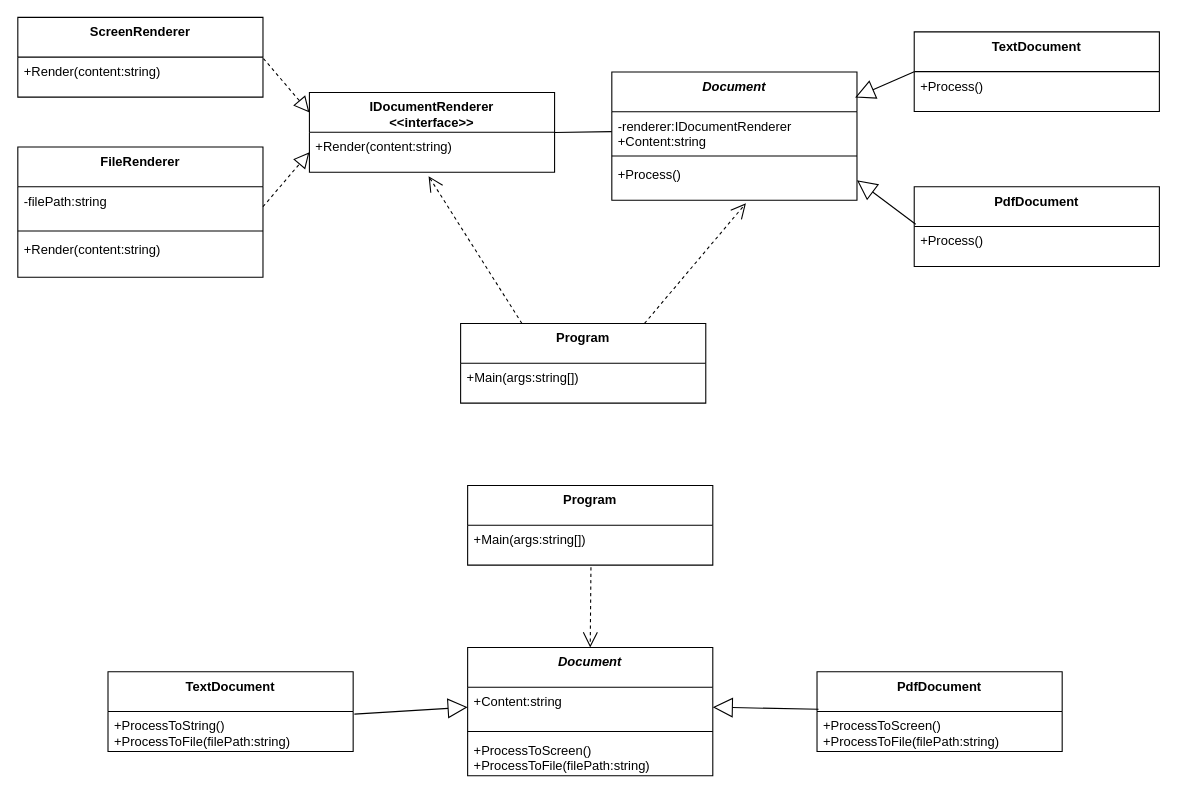
The draw.io diagram Object-Oriented Analysis and Design/Bridge/Bridge.drawio in Seva74/TSU_TASKS, before the edit. Source tidied: cells renumbered, new cells numbered last; positions are measured from the earlier drawing's top-left corner, leaving out a move shared by most shapes. Both pictures are drawn from the tidied source at 108%, with x=0, y=0 at pixel (17, 17).
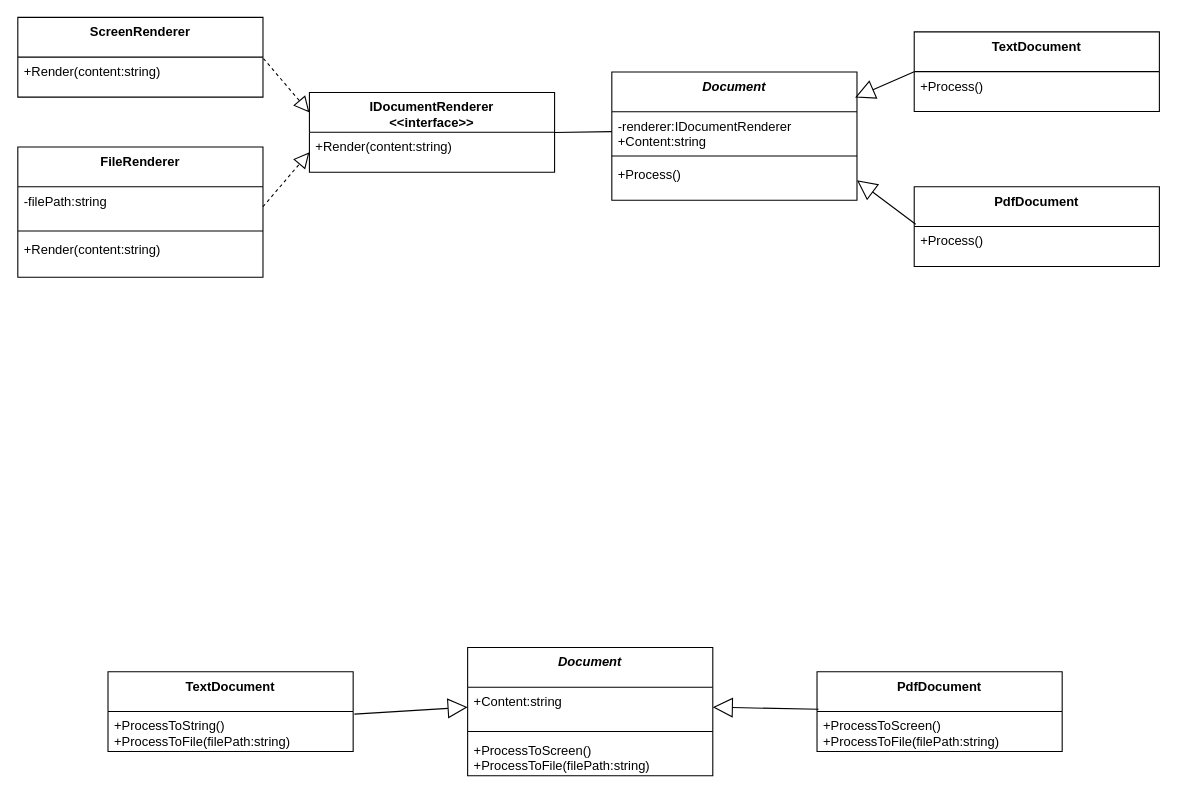
The same diagram, later.

The change refers to these unchanged cells:
```xml
<mxCell id="3" value="+Render(content:string)" style="text;strokeColor=none;fillColor=none;align=left;verticalAlign=top;spacingLeft=4;spacingRight=4;overflow=hidden;points=[[0,0.5],[1,0.5]];portConstraint=eastwest;" parent="2" vertex="1">
  <mxGeometry y="36.8" width="227" height="37" as="geometry" />
</mxCell>
<mxCell id="9" value="+Process()" style="text;strokeColor=none;fillColor=none;align=left;verticalAlign=top;spacingLeft=4;spacingRight=4;overflow=hidden;points=[[0,0.5],[1,0.5]];portConstraint=eastwest;" parent="6" vertex="1">
  <mxGeometry y="81.8" width="227" height="37" as="geometry" />
</mxCell>
<mxCell id="27" value="Document" style="swimlane;fontStyle=3;align=center;verticalAlign=top;horizontal=1;startSize=36.8;" parent="1" vertex="1">
  <mxGeometry x="416.5" y="583" width="227" height="118.8" as="geometry" />
</mxCell>
```

The edit, as a diff of the source:
```diff
@@
-    <mxCell id="18" value="Program" style="swimlane;fontStyle=1;align=center;verticalAlign=top;horizontal=1;startSize=36.8;" parent="1" vertex="1">
-      <mxGeometry x="410" y="283" width="227" height="73.8" as="geometry" />
-    </mxCell>
-    <mxCell id="19" value="+Main(args:string[])" style="text;strokeColor=none;fillColor=none;align=left;verticalAlign=top;spacingLeft=4;spacingRight=4;overflow=hidden;" parent="18" vertex="1">
-      <mxGeometry y="36.8" width="227" height="37" as="geometry" />
-    </mxCell>
@@
-    <mxCell id="25" style="endArrow=open;endSize=12;dashed=1;html=1;rounded=0;entryX=0.547;entryY=1.075;entryDx=0;entryDy=0;entryPerimeter=0;exitX=0.75;exitY=0;exitDx=0;exitDy=0;" parent="1" edge="1" source="18" target="9">
-      <mxGeometry relative="1" as="geometry" />
-    </mxCell>
-    <mxCell id="26" style="endArrow=open;endSize=12;dashed=1;html=1;rounded=0;exitX=0.25;exitY=0;exitDx=0;exitDy=0;entryX=0.486;entryY=1.097;entryDx=0;entryDy=0;entryPerimeter=0;" parent="1" edge="1" source="18" target="3">
-      <mxGeometry relative="1" as="geometry" />
-    </mxCell>
@@
-    <mxCell id="35" value="Program" style="swimlane;fontStyle=1;align=center;verticalAlign=top;horizontal=1;startSize=36.8;" parent="1" vertex="1">
-      <mxGeometry x="416.5" y="433" width="227" height="73.8" as="geometry" />
-    </mxCell>
-    <mxCell id="36" value="+Main(args:string[])" style="text;strokeColor=none;fillColor=none;align=left;verticalAlign=top;spacingLeft=4;spacingRight=4;overflow=hidden;points=[[0,0.5],[1,0.5]];portConstraint=eastwest;" parent="35" vertex="1">
-      <mxGeometry y="36.8" width="227" height="37" as="geometry" />
-    </mxCell>
@@
-    <mxCell id="39" style="endArrow=open;endSize=12;dashed=1;html=1;rounded=0;entryX=0.5;entryY=0;entryDx=0;entryDy=0;exitX=0.503;exitY=1.05;exitDx=0;exitDy=0;exitPerimeter=0;" parent="1" edge="1" source="36" target="27">
-      <mxGeometry x="0.01" relative="1" as="geometry" />
-    </mxCell>
```
